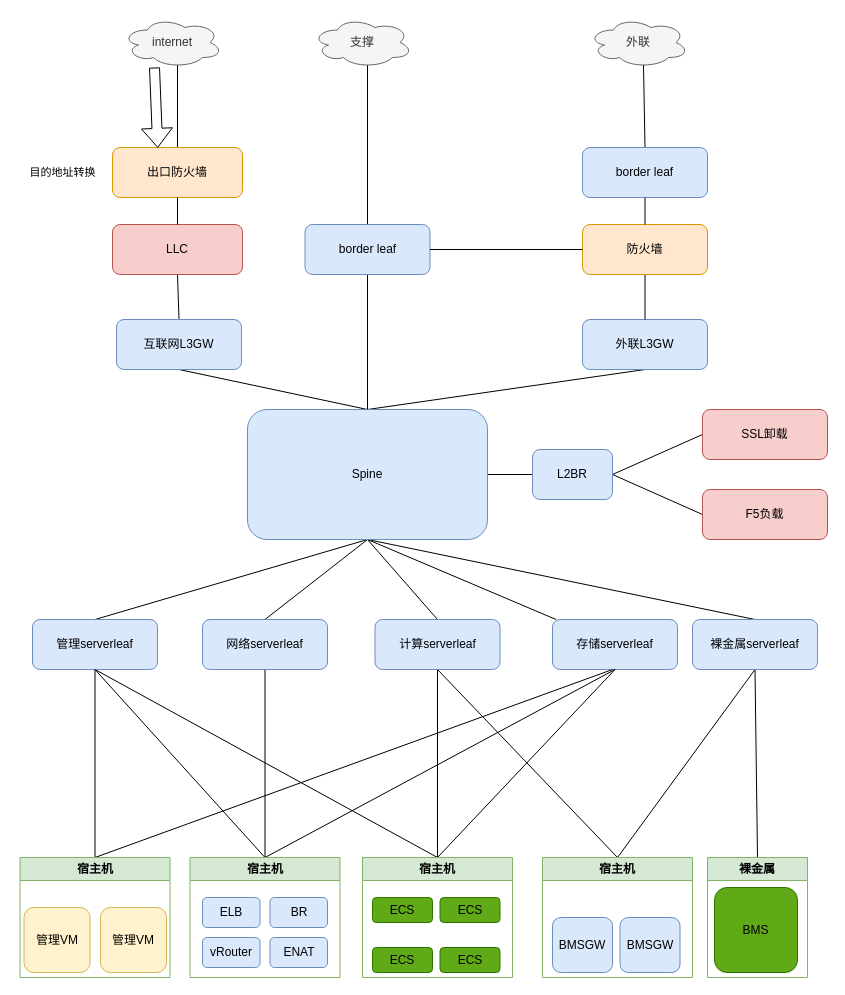
Before: 未命名绘图.drawio in taigerxxxx/huawei, a draw.io diagram. Source tidied: cells renumbered, new cells numbered last; positions are measured from the earlier drawing's top-left corner, leaving out a move shared by most shapes. Both pictures are drawn from the tidied source at 100%, with x=0, y=0 at pixel (17, 17).
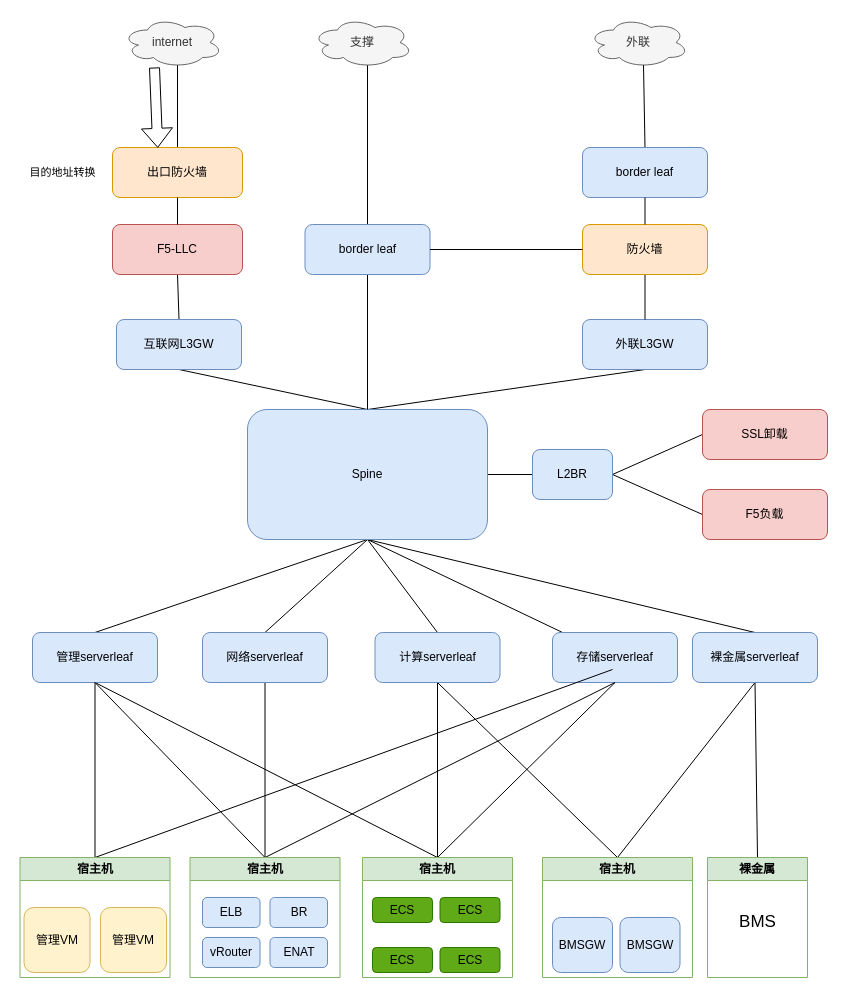
The same page after the edit.

Commit message (it also covers changes not shown here):
更新未命名绘图.drawio

The change refers to these unchanged cells:
```xml
<mxCell id="67" value="裸金属" style="swimlane;whiteSpace=wrap;html=1;fillColor=#d5e8d4;strokeColor=#82b366;" parent="1" vertex="1">
  <mxGeometry x="690" y="840" width="100" height="120" as="geometry" />
</mxCell>
```

The edit, as a diff of the source:
```diff
@@
     <mxCell id="23" value="计算serverleaf" style="whiteSpace=wrap;html=1;rounded=1;shadow=0;fillColor=#dae8fc;strokeColor=#6c8ebf;" parent="1" vertex="1">
-      <mxGeometry x="357.5" y="602" width="125" height="50" as="geometry" />
+      <mxGeometry x="357.5" y="615" width="125" height="50" as="geometry" />
     </mxCell>
@@
     <mxCell id="25" value="网络serverleaf" style="whiteSpace=wrap;html=1;rounded=1;shadow=0;fillColor=#dae8fc;strokeColor=#6c8ebf;" parent="1" vertex="1">
-      <mxGeometry x="185" y="602" width="125" height="50" as="geometry" />
+      <mxGeometry x="185" y="615" width="125" height="50" as="geometry" />
     </mxCell>
@@
     <mxCell id="27" value="管理serverleaf" style="whiteSpace=wrap;html=1;rounded=1;shadow=0;fillColor=#dae8fc;strokeColor=#6c8ebf;" parent="1" vertex="1">
-      <mxGeometry x="15" y="602" width="125" height="50" as="geometry" />
+      <mxGeometry x="15" y="615" width="125" height="50" as="geometry" />
     </mxCell>
     <mxCell id="28" value="存储serverleaf" style="whiteSpace=wrap;html=1;rounded=1;shadow=0;fillColor=#dae8fc;strokeColor=#6c8ebf;" parent="1" vertex="1">
-      <mxGeometry x="535" y="602" width="125" height="50" as="geometry" />
+      <mxGeometry x="535" y="615" width="125" height="50" as="geometry" />
     </mxCell>
@@
-    <mxCell id="55" value="LLC" style="whiteSpace=wrap;html=1;rounded=1;shadow=0;fillColor=#f8cecc;strokeColor=#b85450;" parent="1" vertex="1">
+    <mxCell id="55" value="F5-LLC" style="whiteSpace=wrap;html=1;rounded=1;shadow=0;fillColor=#f8cecc;strokeColor=#b85450;" parent="1" vertex="1">
       <mxGeometry x="95" y="207" width="130" height="50" as="geometry" />
     </mxCell>
@@
     <mxCell id="66" value="裸金属serverleaf" style="whiteSpace=wrap;html=1;rounded=1;shadow=0;fillColor=#dae8fc;strokeColor=#6c8ebf;" parent="1" vertex="1">
-      <mxGeometry x="675" y="602" width="125" height="50" as="geometry" />
+      <mxGeometry x="675" y="615" width="125" height="50" as="geometry" />
     </mxCell>
@@
-    <mxCell id="68" value="&lt;font color=&quot;#000000&quot;&gt;BMS&lt;/font&gt;" style="whiteSpace=wrap;html=1;rounded=1;shadow=0;fillColor=#60a917;fontColor=#ffffff;strokeColor=#2D7600;" parent="67" vertex="1">
-      <mxGeometry x="7" y="30" width="83" height="85" as="geometry" />
+    <mxCell id="68" value="&lt;font style=&quot;font-size: 17px;&quot;&gt;BMS&lt;/font&gt;" style="text;html=1;align=center;verticalAlign=middle;strokeColor=none;fillColor=none;fontFamily=Helvetica;fontSize=11;fontColor=default;labelBackgroundColor=default;" parent="67" vertex="1">
+      <mxGeometry x="20" y="50" width="60" height="30" as="geometry" />
     </mxCell>
```
